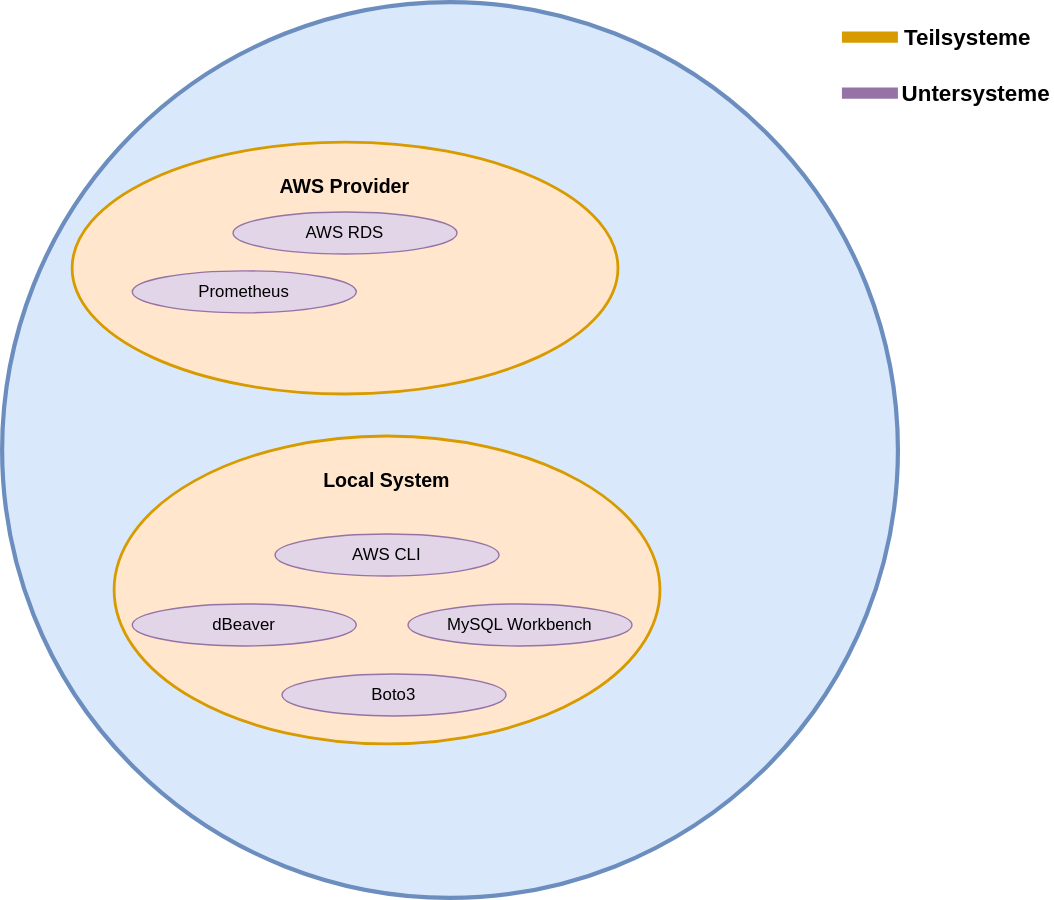
Before: bilder/Unter-Teilsystem.drawio.svg, a diagram exported from draw.io (blro-ep/ITCNE23-SEM-III). Source tidied: cells renumbered, new cells last; positions are measured from the earlier drawing's top-left corner, leaving out a move shared by most shapes.
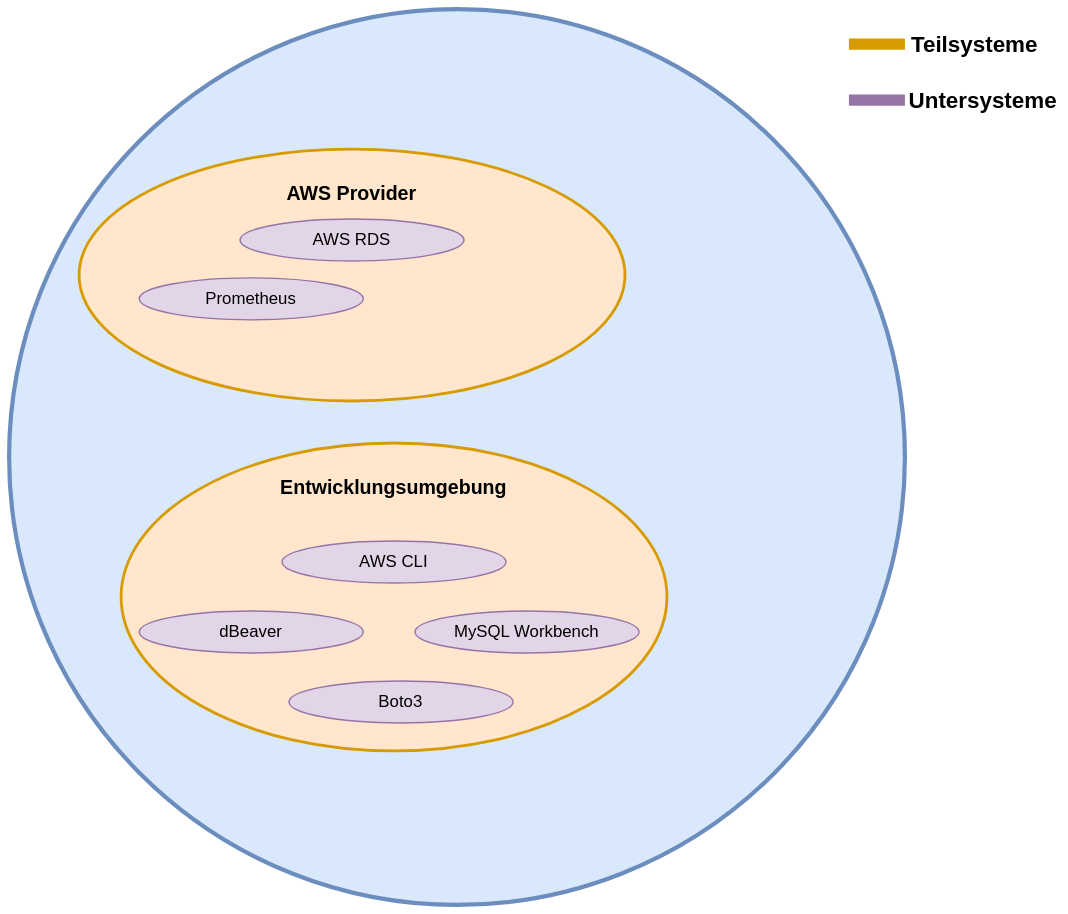
The same file after the commit.

Diff of the diagram source:
```diff
@@ -8,7 +8,7 @@
     <mxCell id="3" value="&lt;font style=&quot;font-size: 14px;&quot;&gt;&lt;b&gt;&lt;br&gt;AWS Provider&lt;/b&gt;&lt;/font&gt;" style="ellipse;whiteSpace=wrap;html=1;verticalAlign=top;fillColor=#ffe6cc;strokeColor=#d79b00;strokeWidth=2;" parent="1" vertex="1">
       <mxGeometry x="50" y="100" width="390" height="180" as="geometry" />
     </mxCell>
-    <mxCell id="4" value="&lt;font style=&quot;font-size: 14px;&quot;&gt;&lt;b&gt;&lt;br&gt;Local System&lt;br&gt;&lt;/b&gt;&lt;/font&gt;" style="ellipse;whiteSpace=wrap;html=1;verticalAlign=top;fillColor=#ffe6cc;strokeColor=#d79b00;strokeWidth=2;" parent="1" vertex="1">
+    <mxCell id="4" value="&lt;font style=&quot;font-size: 14px;&quot;&gt;&lt;b&gt;&lt;br&gt;Entwicklungsumgebung&lt;/b&gt;&lt;/font&gt;" style="ellipse;whiteSpace=wrap;html=1;verticalAlign=top;fillColor=#ffe6cc;strokeColor=#d79b00;strokeWidth=2;" parent="1" vertex="1">
       <mxGeometry x="80" y="310" width="390" height="220" as="geometry" />
     </mxCell>
     <mxCell id="5" value="AWS RDS" style="ellipse;whiteSpace=wrap;html=1;fillColor=#e1d5e7;strokeColor=#9673a6;" parent="1" vertex="1">
```
